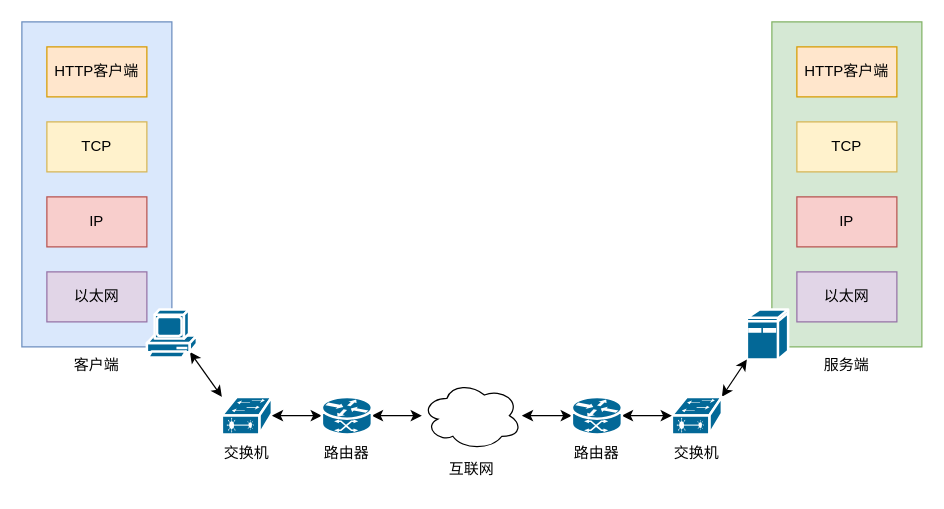
This is tcpip/网络通信.drawio from tx469541153/graph, a draw.io file, before an edit. Source tidied: cells renumbered, new cells numbered last; positions are measured from the earlier drawing's top-left corner, leaving out a move shared by most shapes. Both pictures are drawn from the tidied source at 125%, with x=0, y=0 at pixel (21, 21).
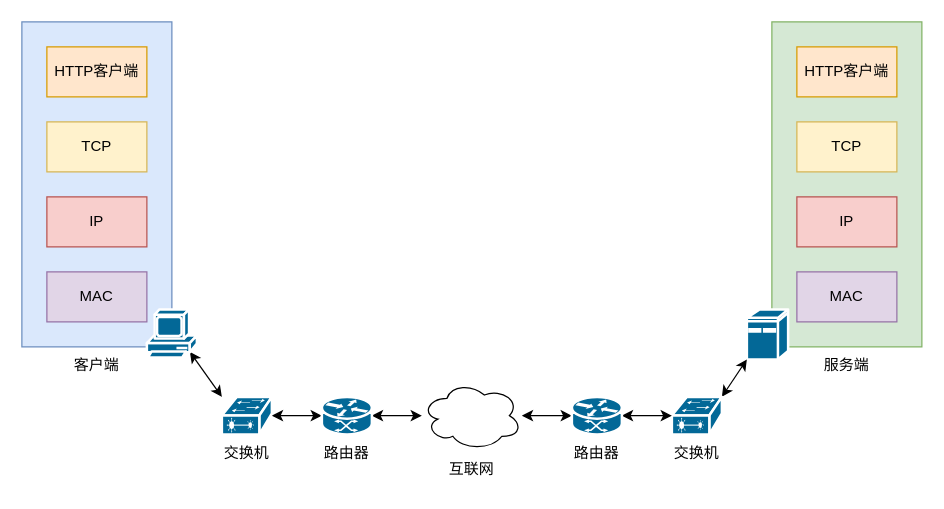
The same diagram, later.

Commit message (it also covers changes not shown here):
更新网络通信.drawio

The edit, as a diff of the source:
```diff
@@
-    <mxCell id="6" value="以太网" style="rounded=0;whiteSpace=wrap;html=1;fillColor=#e1d5e7;strokeColor=#9673a6;" parent="1" vertex="1">
+    <mxCell id="6" value="MAC" style="rounded=0;whiteSpace=wrap;html=1;fillColor=#e1d5e7;strokeColor=#9673a6;" parent="1" vertex="1">
       <mxGeometry x="20" y="200" width="80" height="40" as="geometry" />
     </mxCell>
@@
-    <mxCell id="13" value="以太网" style="rounded=0;whiteSpace=wrap;html=1;fillColor=#e1d5e7;strokeColor=#9673a6;" parent="1" vertex="1">
+    <mxCell id="13" value="MAC" style="rounded=0;whiteSpace=wrap;html=1;fillColor=#e1d5e7;strokeColor=#9673a6;" parent="1" vertex="1">
       <mxGeometry x="620" y="200" width="80" height="40" as="geometry" />
     </mxCell>
```
